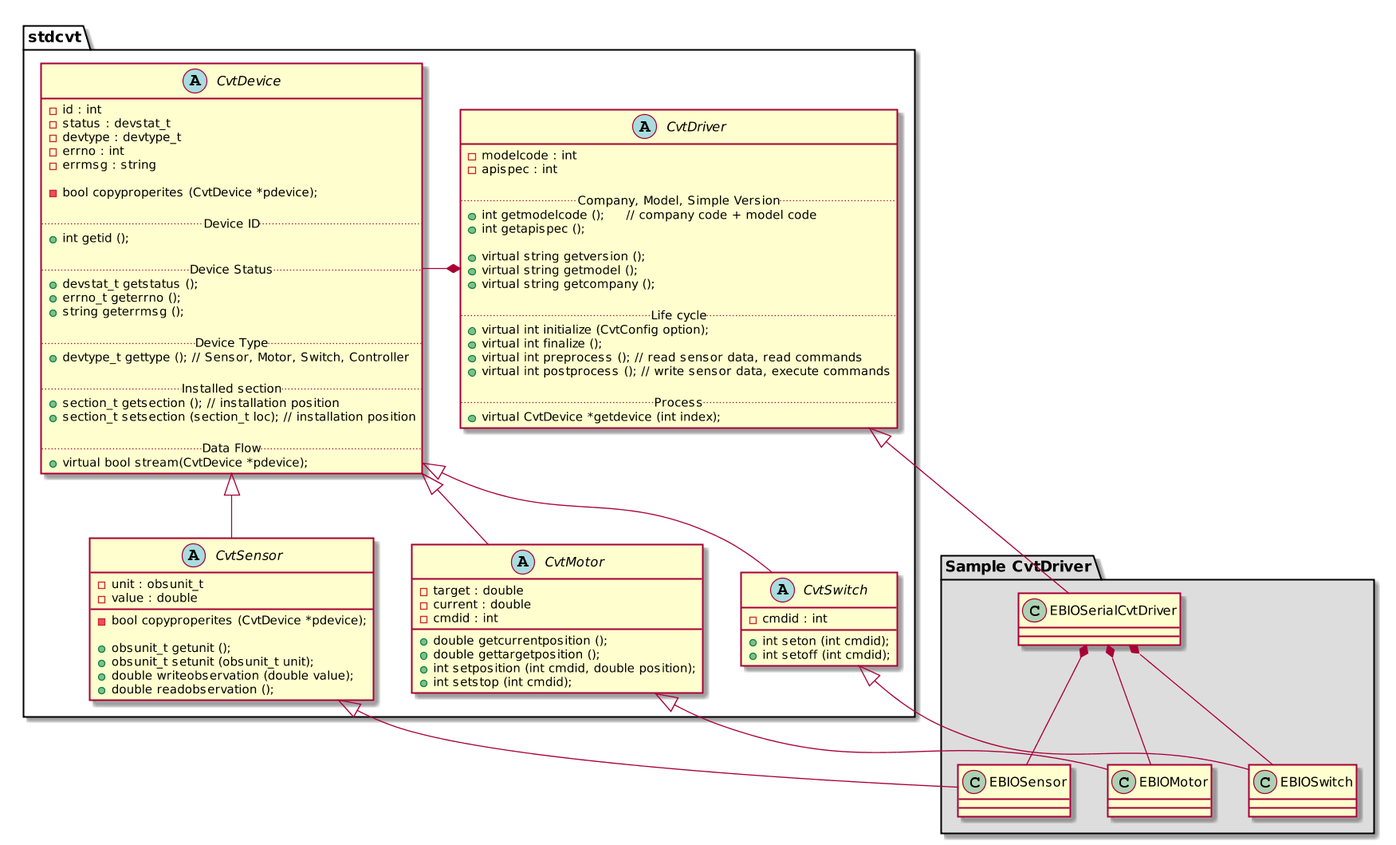
Earlier version of the PlantUML export doc/images/driver_class.png (ebio-snu/cvtdriver).
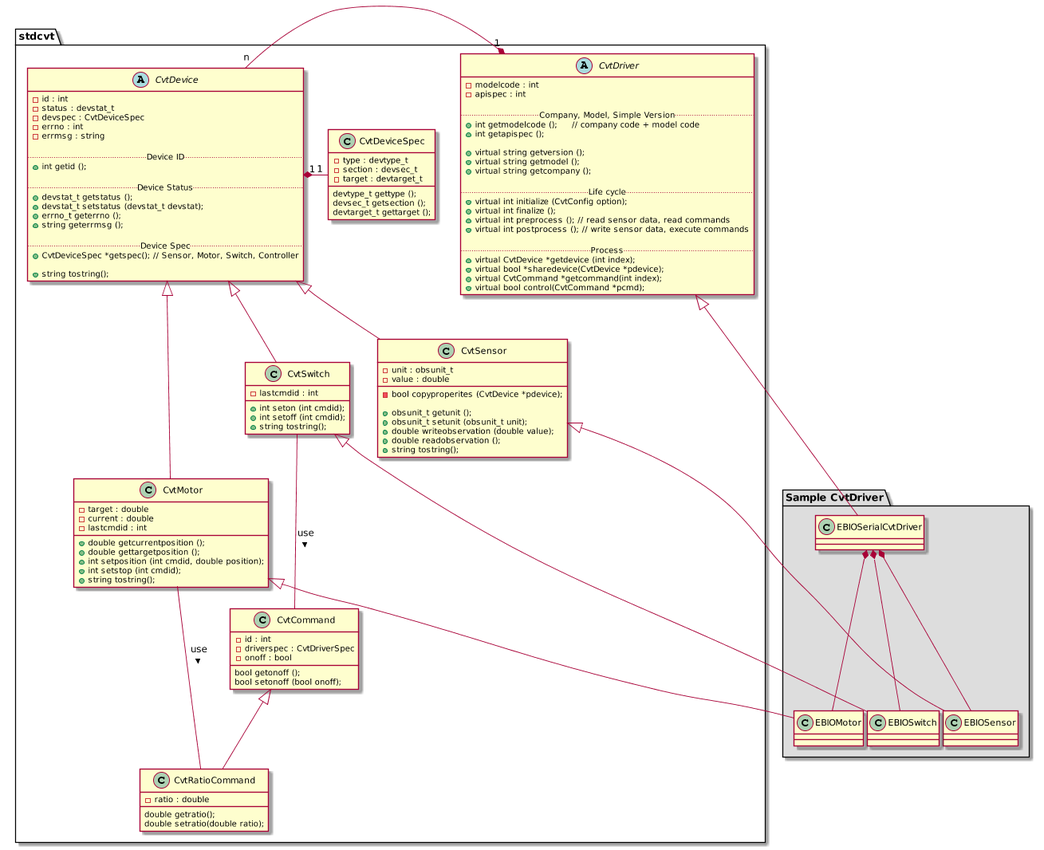
The same diagram one commit later.

Commit message:
드라이버 클래스 구조도 수정

Change to the diagram source:
```diff
@@ -23,37 +23,44 @@
 
      .. Process ..
      + virtual CvtDevice *getdevice (int index);
+     + virtual bool *sharedevice(CvtDevice *pdevice);
+     + virtual CvtCommand *getcommand(int index);
+     + virtual bool control(CvtCommand *pcmd);
+    }
+
+    class CvtDeviceSpec {
+     - type : devtype_t
+     - section : devsec_t
+     - target : devtarget_t
+
+     devtype_t gettype ();
+     devsec_t getsection ();
+     devtarget_t gettarget ();
     }
 
     abstract class CvtDevice {
      - id : int
      - status : devstat_t
-     - devtype : devtype_t
+     - devspec : CvtDeviceSpec
      - errno : int
      - errmsg : string
-
-     - bool copyproperites (CvtDevice *pdevice);
 
      .. Device ID ..
      + int getid ();
 
      .. Device Status ..
      + devstat_t getstatus ();
+     + devstat_t setstatus (devstat_t devstat);
      + errno_t geterrno ();
      + string geterrmsg ();
 
-     .. Device Type ..
-     + devtype_t gettype (); // Sensor, Motor, Switch, Controller
+     .. Device Spec ..
+     + CvtDeviceSpec *getspec(); // Sensor, Motor, Switch, Controller
 
-     .. Installed section ..
-     + section_t getsection (); // installation position
-     + section_t setsection (section_t loc); // installation position
-
-     .. Data Flow ..
-     + virtual bool stream(CvtDevice *pdevice);
+     + string tostring();
     }
 
-    abstract class CvtSensor {
+    class CvtSensor {
      - unit : obsunit_t
      - value : double
      - bool copyproperites (CvtDevice *pdevice);
@@ -62,29 +69,54 @@
      + obsunit_t setunit (obsunit_t unit);
      + double writeobservation (double value);
      + double readobservation ();
+     + string tostring();
     }
 
-    abstract class CvtMotor {
+    class CvtMotor {
      - target : double
      - current : double
-     - cmdid : int
+     - lastcmdid : int
      + double getcurrentposition ();
      + double gettargetposition ();
      + int setposition (int cmdid, double position);
      + int setstop (int cmdid);
+     + string tostring();
     }
 
-    abstract class CvtSwitch {
-     - cmdid : int
+    class CvtSwitch {
+     - lastcmdid : int
      + int seton (int cmdid);
      + int setoff (int cmdid);
+     + string tostring();
     }
 
-    CvtDriver *- CvtDevice
+    class CvtCommand {
+     - id : int
+     - driverspec : CvtDriverSpec
+     - onoff : bool
+
+     bool getonoff ();
+     bool setonoff (bool onoff);
+    }
+
+    class CvtRatioCommand {
+     - ratio : double
+     double getratio();
+     double setratio(double ratio);
+    }
+
+    CvtCommand <|-- CvtRatioCommand
+
+    CvtDriver "1" *- "n" CvtDevice
 
     CvtDevice <|-- CvtSensor
     CvtDevice <|-- CvtMotor
     CvtDevice <|-- CvtSwitch
+
+    CvtDevice "1" *- "1" CvtDeviceSpec
+
+    CvtMotor -- CvtRatioCommand : > use
+    CvtSwitch -- CvtCommand : > use
 }
 
 package "Sample CvtDriver" #DDDDDD {
```
